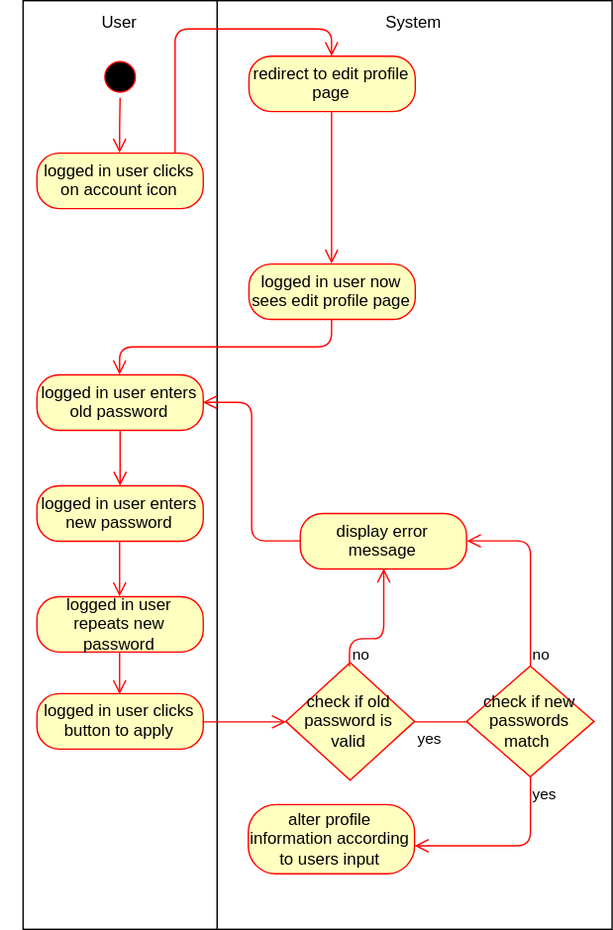
Before: documentation/UCs/ChangeAccountPassword/uc_change_account_password.svg, a diagram exported from draw.io (Toaster996/softwareengineering). Source tidied: cells renumbered, new cells last; positions are measured from the earlier drawing's top-left corner, leaving out a move shared by most shapes. Its diagram source:
```xml
<mxGraphModel background="#ffffff">
  <root>
    <mxCell id="0" />
    <mxCell id="1" parent="0" />
    <mxCell id="2" value="&lt;p style=&quot;line-height: 0%&quot;&gt;System&lt;/p&gt;" style="html=1;shadow=0;strokeColor=#000000;strokeWidth=1;fillColor=#FFFFFF;labelPosition=center;verticalLabelPosition=top;align=center;verticalAlign=bottom;direction=south;spacingTop=0;spacingBottom=-30;" parent="1" vertex="1">
      <mxGeometry x="140" width="285" height="670" as="geometry" />
    </mxCell>
    <mxCell id="3" value="&lt;p style=&quot;line-height: 0%&quot;&gt;User&lt;/p&gt;" style="html=1;shadow=0;strokeColor=#000000;strokeWidth=1;fillColor=#FFFFFF;labelPosition=center;verticalLabelPosition=top;align=center;verticalAlign=bottom;direction=south;spacingTop=0;spacingBottom=-30;" parent="1" vertex="1">
      <mxGeometry width="140" height="670" as="geometry" />
    </mxCell>
    <mxCell id="4" style="ellipse;html=1;shape=startState;fillColor=#000000;strokeColor=#ff0000;shadow=0;" parent="1" vertex="1">
      <mxGeometry x="55" y="40" width="30" height="30" as="geometry" />
    </mxCell>
    <mxCell id="5" style="edgeStyle=orthogonalEdgeStyle;html=1;verticalAlign=bottom;endArrow=open;endSize=8;strokeColor=#ff0000;entryX=0.5;entryY=0;" parent="1" edge="1" source="4" target="6">
      <mxGeometry relative="1" as="geometry" />
    </mxCell>
    <mxCell id="6" value="logged in user clicks on account icon" style="rounded=1;whiteSpace=wrap;html=1;arcSize=40;fillColor=#ffffc0;strokeColor=#ff0000;shadow=0;" parent="1" vertex="1">
      <mxGeometry x="10" y="110" width="120" height="40" as="geometry" />
    </mxCell>
    <mxCell id="7" style="edgeStyle=orthogonalEdgeStyle;html=1;verticalAlign=bottom;endArrow=open;endSize=8;strokeColor=#ff0000;" parent="1" edge="1" source="6" target="9">
      <mxGeometry relative="1" as="geometry">
        <Array as="points">
          <mxPoint x="110" y="20" />
          <mxPoint x="223" y="20" />
        </Array>
      </mxGeometry>
    </mxCell>
    <mxCell id="8" style="edgeStyle=none;shape=flexArrow;rounded=0;comic=0;jumpSize=6;html=1;exitX=0.5;exitY=1;entryX=0.5;entryY=1;jettySize=auto;orthogonalLoop=1;strokeColor=#121212;strokeWidth=1;" parent="1" edge="1" source="3" target="3">
      <mxGeometry relative="1" as="geometry" />
    </mxCell>
    <mxCell id="9" value="redirect to edit profile page" style="rounded=1;whiteSpace=wrap;html=1;arcSize=40;fillColor=#ffffc0;strokeColor=#ff0000;" parent="1" vertex="1">
      <mxGeometry x="163" y="40" width="120" height="40" as="geometry" />
    </mxCell>
    <mxCell id="10" value="logged in user now sees edit profile page" style="rounded=1;whiteSpace=wrap;html=1;arcSize=40;fillColor=#ffffc0;strokeColor=#ff0000;shadow=0;" parent="1" vertex="1">
      <mxGeometry x="163" y="190" width="120" height="40" as="geometry" />
    </mxCell>
    <mxCell id="11" style="edgeStyle=orthogonalEdgeStyle;html=1;verticalAlign=bottom;endArrow=open;endSize=8;strokeColor=#ff0000;exitX=0.5;exitY=1;entryX=0.5;entryY=0;" parent="1" edge="1" source="9" target="10">
      <mxGeometry relative="1" as="geometry">
        <Array as="points">
          <mxPoint x="223" y="180" />
          <mxPoint x="223" y="180" />
        </Array>
      </mxGeometry>
    </mxCell>
    <mxCell id="12" value="logged in user enters old password" style="rounded=1;whiteSpace=wrap;html=1;arcSize=40;fillColor=#ffffc0;strokeColor=#ff0000;shadow=0;" parent="1" vertex="1">
      <mxGeometry x="10" y="270" width="120" height="40" as="geometry" />
    </mxCell>
    <mxCell id="13" style="edgeStyle=orthogonalEdgeStyle;html=1;verticalAlign=bottom;endArrow=open;endSize=8;strokeColor=#ff0000;" parent="1" edge="1" source="12">
      <mxGeometry relative="1" as="geometry">
        <mxPoint x="70" y="350" as="targetPoint" />
      </mxGeometry>
    </mxCell>
    <mxCell id="14" style="edgeStyle=orthogonalEdgeStyle;html=1;verticalAlign=bottom;endArrow=open;endSize=8;strokeColor=#ff0000;exitX=0.5;exitY=1;entryX=0.5;entryY=0;" parent="1" edge="1" source="10" target="12">
      <mxGeometry relative="1" as="geometry" />
    </mxCell>
    <mxCell id="15" value="logged in user enters new password" style="rounded=1;whiteSpace=wrap;html=1;arcSize=40;fillColor=#ffffc0;strokeColor=#ff0000;shadow=0;" parent="1" vertex="1">
      <mxGeometry x="10" y="350" width="120" height="40" as="geometry" />
    </mxCell>
    <mxCell id="16" style="edgeStyle=orthogonalEdgeStyle;html=1;verticalAlign=bottom;endArrow=open;endSize=8;strokeColor=#ff0000;entryX=0.5;entryY=0;" parent="1" edge="1" source="15" target="17">
      <mxGeometry relative="1" as="geometry" />
    </mxCell>
    <mxCell id="17" value="logged in user repeats new password" style="rounded=1;whiteSpace=wrap;html=1;arcSize=40;fillColor=#ffffc0;strokeColor=#ff0000;shadow=0;" parent="1" vertex="1">
      <mxGeometry x="10" y="430" width="120" height="40" as="geometry" />
    </mxCell>
    <mxCell id="18" style="edgeStyle=orthogonalEdgeStyle;html=1;verticalAlign=bottom;endArrow=open;endSize=8;strokeColor=#ff0000;entryX=0.5;entryY=0;" parent="1" edge="1" source="17" target="19">
      <mxGeometry relative="1" as="geometry" />
    </mxCell>
    <mxCell id="19" value="logged in user clicks button to apply" style="rounded=1;whiteSpace=wrap;html=1;arcSize=40;fillColor=#ffffc0;strokeColor=#ff0000;shadow=0;" parent="1" vertex="1">
      <mxGeometry x="10" y="500" width="120" height="40" as="geometry" />
    </mxCell>
    <mxCell id="20" style="edgeStyle=orthogonalEdgeStyle;html=1;verticalAlign=bottom;endArrow=open;endSize=8;strokeColor=#ff0000;exitX=1;exitY=0.5;entryX=0;entryY=0.5;" parent="1" edge="1" source="19" target="21">
      <mxGeometry relative="1" as="geometry" />
    </mxCell>
    <mxCell id="21" value="check if old password is valid" style="rhombus;whiteSpace=wrap;html=1;fillColor=#ffffc0;strokeColor=#ff0000;shadow=0;" parent="1" vertex="1">
      <mxGeometry x="189.5" y="477.5" width="93" height="85" as="geometry" />
    </mxCell>
    <mxCell id="22" value="no" style="edgeStyle=orthogonalEdgeStyle;html=1;align=left;verticalAlign=bottom;endArrow=open;endSize=8;strokeColor=#ff0000;entryX=0.5;entryY=1;" parent="1" edge="1" target="24">
      <mxGeometry x="-1" relative="1" as="geometry">
        <mxPoint x="236" y="480" as="sourcePoint" />
        <Array as="points">
          <mxPoint x="236" y="460" />
          <mxPoint x="260" y="460" />
        </Array>
      </mxGeometry>
    </mxCell>
    <mxCell id="23" value="yes" style="edgeStyle=orthogonalEdgeStyle;html=1;align=left;verticalAlign=top;endArrow=open;endSize=8;strokeColor=#ff0000;exitX=1;exitY=0.5;entryX=0.5;entryY=0;" parent="1" edge="1" source="21" target="26">
      <mxGeometry x="-1" relative="1" as="geometry">
        <Array as="points">
          <mxPoint x="366" y="520" />
        </Array>
      </mxGeometry>
    </mxCell>
    <mxCell id="24" value="display error message" style="rounded=1;whiteSpace=wrap;html=1;arcSize=40;fillColor=#ffffc0;strokeColor=#ff0000;shadow=0;" parent="1" vertex="1">
      <mxGeometry x="200" y="370" width="120" height="40" as="geometry" />
    </mxCell>
    <mxCell id="25" style="edgeStyle=orthogonalEdgeStyle;html=1;verticalAlign=bottom;endArrow=open;endSize=8;strokeColor=#ff0000;entryX=1;entryY=0.5;" parent="1" edge="1" source="24" target="12">
      <mxGeometry relative="1" as="geometry" />
    </mxCell>
    <mxCell id="26" value="check if new passwords match&amp;nbsp;" style="rhombus;whiteSpace=wrap;html=1;fillColor=#ffffc0;strokeColor=#ff0000;shadow=0;" parent="1" vertex="1">
      <mxGeometry x="320" y="480" width="92" height="80" as="geometry" />
    </mxCell>
    <mxCell id="27" value="no" style="edgeStyle=orthogonalEdgeStyle;html=1;align=left;verticalAlign=bottom;endArrow=open;endSize=8;strokeColor=#ff0000;exitX=0.5;exitY=0;entryX=1;entryY=0.5;" parent="1" edge="1" source="26" target="24">
      <mxGeometry x="-1" relative="1" as="geometry" />
    </mxCell>
    <mxCell id="28" value="yes" style="edgeStyle=orthogonalEdgeStyle;html=1;align=left;verticalAlign=top;endArrow=open;endSize=8;strokeColor=#ff0000;" parent="1" edge="1" source="26" target="29">
      <mxGeometry x="-1" relative="1" as="geometry">
        <Array as="points">
          <mxPoint x="366" y="610" />
          <mxPoint x="224" y="610" />
        </Array>
      </mxGeometry>
    </mxCell>
    <mxCell id="29" value="alter profile information according to users input" style="rounded=1;whiteSpace=wrap;html=1;arcSize=40;fillColor=#ffffc0;strokeColor=#ff0000;" parent="1" vertex="1">
      <mxGeometry x="162.5" y="580" width="120" height="50" as="geometry" />
    </mxCell>
  </root>
</mxGraphModel>
```
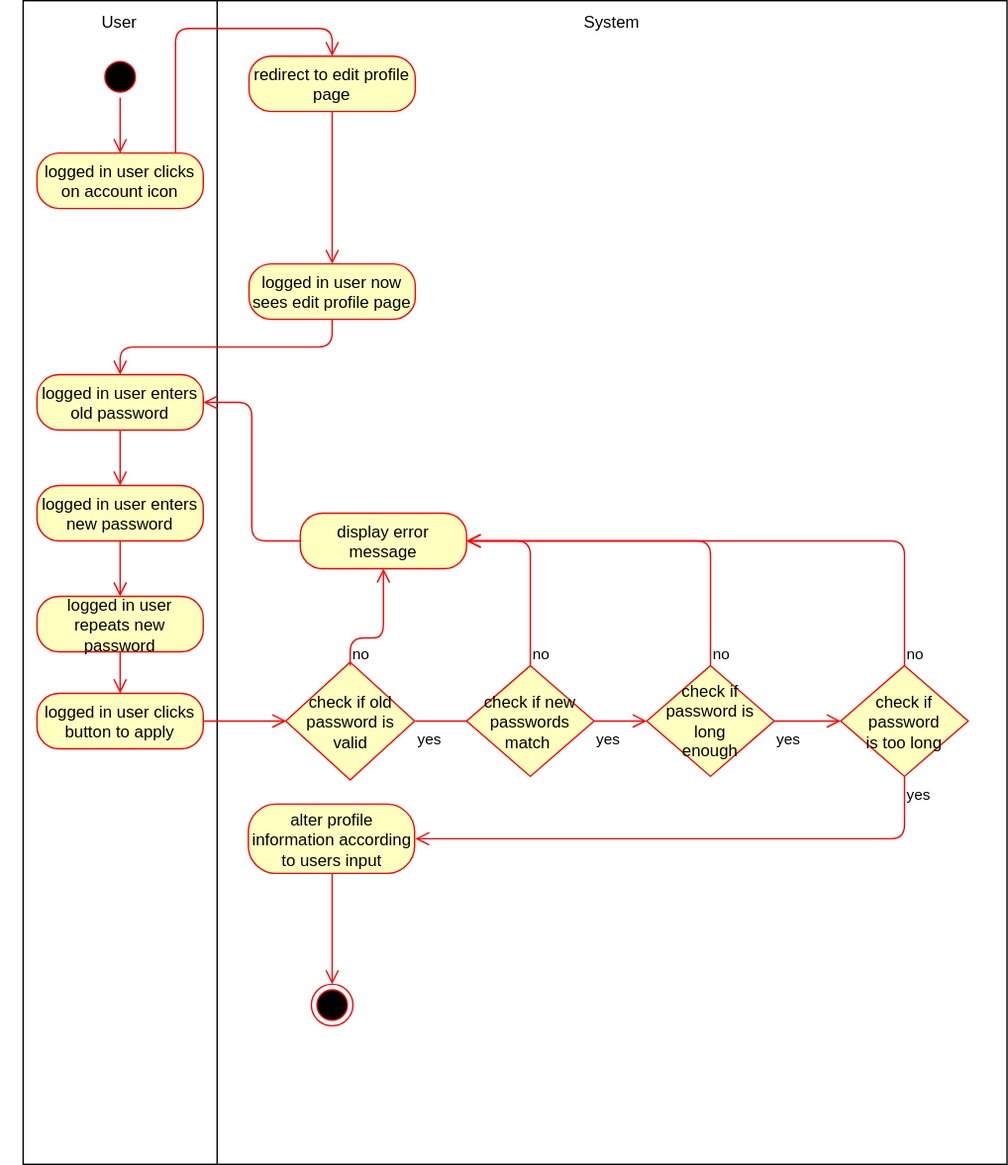
Later version of the same file.

Change to the diagram source:
```diff
@@ -3,10 +3,10 @@
     <mxCell id="0" />
     <mxCell id="1" parent="0" />
     <mxCell id="2" value="&lt;p style=&quot;line-height: 0%&quot;&gt;System&lt;/p&gt;" style="html=1;shadow=0;strokeColor=#000000;strokeWidth=1;fillColor=#FFFFFF;labelPosition=center;verticalLabelPosition=top;align=center;verticalAlign=bottom;direction=south;spacingTop=0;spacingBottom=-30;" parent="1" vertex="1">
-      <mxGeometry x="140" width="285" height="670" as="geometry" />
+      <mxGeometry x="140" width="570" height="840" as="geometry" />
     </mxCell>
     <mxCell id="3" value="&lt;p style=&quot;line-height: 0%&quot;&gt;User&lt;/p&gt;" style="html=1;shadow=0;strokeColor=#000000;strokeWidth=1;fillColor=#FFFFFF;labelPosition=center;verticalLabelPosition=top;align=center;verticalAlign=bottom;direction=south;spacingTop=0;spacingBottom=-30;" parent="1" vertex="1">
-      <mxGeometry width="140" height="670" as="geometry" />
+      <mxGeometry width="140" height="840" as="geometry" />
     </mxCell>
     <mxCell id="4" style="ellipse;html=1;shape=startState;fillColor=#000000;strokeColor=#ff0000;shadow=0;" parent="1" vertex="1">
       <mxGeometry x="55" y="40" width="30" height="30" as="geometry" />
@@ -102,16 +102,54 @@
     <mxCell id="27" value="no" style="edgeStyle=orthogonalEdgeStyle;html=1;align=left;verticalAlign=bottom;endArrow=open;endSize=8;strokeColor=#ff0000;exitX=0.5;exitY=0;entryX=1;entryY=0.5;" parent="1" edge="1" source="26" target="24">
       <mxGeometry x="-1" relative="1" as="geometry" />
     </mxCell>
-    <mxCell id="28" value="yes" style="edgeStyle=orthogonalEdgeStyle;html=1;align=left;verticalAlign=top;endArrow=open;endSize=8;strokeColor=#ff0000;" parent="1" edge="1" source="26" target="29">
+    <mxCell id="28" value="yes" style="edgeStyle=orthogonalEdgeStyle;html=1;align=left;verticalAlign=top;endArrow=open;endSize=8;strokeColor=#ff0000;entryX=0;entryY=0.5;" parent="1" edge="1" source="26" target="30">
       <mxGeometry x="-1" relative="1" as="geometry">
         <Array as="points">
-          <mxPoint x="366" y="610" />
-          <mxPoint x="224" y="610" />
+          <mxPoint x="420" y="520" />
+          <mxPoint x="420" y="520" />
         </Array>
       </mxGeometry>
     </mxCell>
     <mxCell id="29" value="alter profile information according to users input" style="rounded=1;whiteSpace=wrap;html=1;arcSize=40;fillColor=#ffffc0;strokeColor=#ff0000;" parent="1" vertex="1">
       <mxGeometry x="162.5" y="580" width="120" height="50" as="geometry" />
     </mxCell>
+    <mxCell id="30" value="check if&lt;br&gt;password is long&lt;br&gt;enough&lt;br&gt;" style="rhombus;whiteSpace=wrap;html=1;fillColor=#ffffc0;strokeColor=#ff0000;shadow=0;" parent="1" vertex="1">
+      <mxGeometry x="450" y="480" width="92" height="80" as="geometry" />
+    </mxCell>
+    <mxCell id="31" value="check if password&lt;br&gt;is too long&lt;br&gt;" style="rhombus;whiteSpace=wrap;html=1;fillColor=#ffffc0;strokeColor=#ff0000;shadow=0;" parent="1" vertex="1">
+      <mxGeometry x="590" y="480" width="92" height="80" as="geometry" />
+    </mxCell>
+    <mxCell id="32" value="no" style="edgeStyle=orthogonalEdgeStyle;html=1;align=left;verticalAlign=bottom;endArrow=open;endSize=8;strokeColor=#ff0000;exitX=0.5;exitY=0;" parent="1" edge="1" source="30" target="24">
+      <mxGeometry x="-1" relative="1" as="geometry">
+        <Array as="points">
+          <mxPoint x="496" y="390" />
+        </Array>
+      </mxGeometry>
+    </mxCell>
+    <mxCell id="33" value="yes" style="edgeStyle=orthogonalEdgeStyle;html=1;align=left;verticalAlign=top;endArrow=open;endSize=8;strokeColor=#ff0000;entryX=0;entryY=0.5;exitX=1;exitY=0.5;" parent="1" edge="1" source="30" target="31">
+      <mxGeometry x="-1" relative="1" as="geometry" />
+    </mxCell>
+    <mxCell id="34" value="yes" style="edgeStyle=orthogonalEdgeStyle;html=1;align=left;verticalAlign=top;endArrow=open;endSize=8;strokeColor=#ff0000;entryX=1;entryY=0.5;exitX=0.5;exitY=1;" parent="1" edge="1" source="31" target="29">
+      <mxGeometry x="-1" relative="1" as="geometry">
+        <Array as="points">
+          <mxPoint x="636" y="605" />
+        </Array>
+      </mxGeometry>
+    </mxCell>
+    <mxCell id="35" style="ellipse;html=1;shape=endState;fillColor=#000000;strokeColor=#ff0000;" parent="1" vertex="1">
+      <mxGeometry x="208" y="710" width="30" height="30" as="geometry" />
+    </mxCell>
+    <mxCell id="36" style="edgeStyle=orthogonalEdgeStyle;html=1;verticalAlign=bottom;endArrow=open;endSize=8;strokeColor=#ff0000;exitX=0.5;exitY=1;entryX=0.5;entryY=0;" parent="1" edge="1" source="29" target="35">
+      <mxGeometry relative="1" as="geometry" />
+    </mxCell>
+    <mxCell id="37" value="no" style="edgeStyle=orthogonalEdgeStyle;html=1;align=left;verticalAlign=bottom;endArrow=open;endSize=8;strokeColor=#ff0000;exitX=0.5;exitY=0;" parent="1" edge="1">
+      <mxGeometry x="-1" relative="1" as="geometry">
+        <mxPoint x="636" y="480" as="sourcePoint" />
+        <mxPoint x="320" y="390" as="targetPoint" />
+        <Array as="points">
+          <mxPoint x="636" y="390" />
+        </Array>
+      </mxGeometry>
+    </mxCell>
   </root>
 </mxGraphModel>
```
